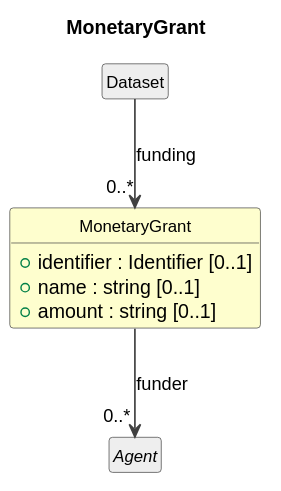
Above: cdif-uml-model/_plantuml/cdifDataDescription/Classes/MonetaryGrant.svg in Cross-Domain-Interoperability-Framework/metadataBuildingBlocks (PlantUML), before the change.
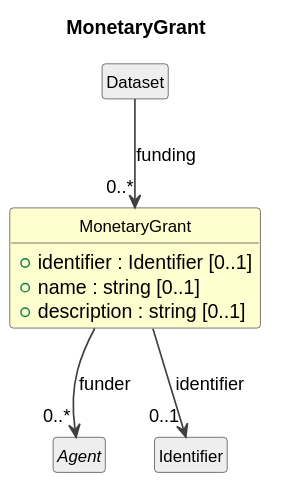
After the commit.

Diff of the diagram source:
```diff
@@ -13,10 +13,12 @@
 class "MonetaryGrant" as MonetaryGrant #FEFECE {
   +identifier : Identifier [0..1]
   +name : string [0..1]
-  +amount : string [0..1]
+  +description : string [0..1]
 }
 class "Dataset" as Dataset #EEEEEE
 Dataset --> "0..*" MonetaryGrant : funding
 abstract class "Agent" as Agent #EEEEEE
 MonetaryGrant --> "0..*" Agent : funder
+class "Identifier" as Identifier #EEEEEE
+MonetaryGrant --> "0..1" Identifier : identifier
 @enduml
```
